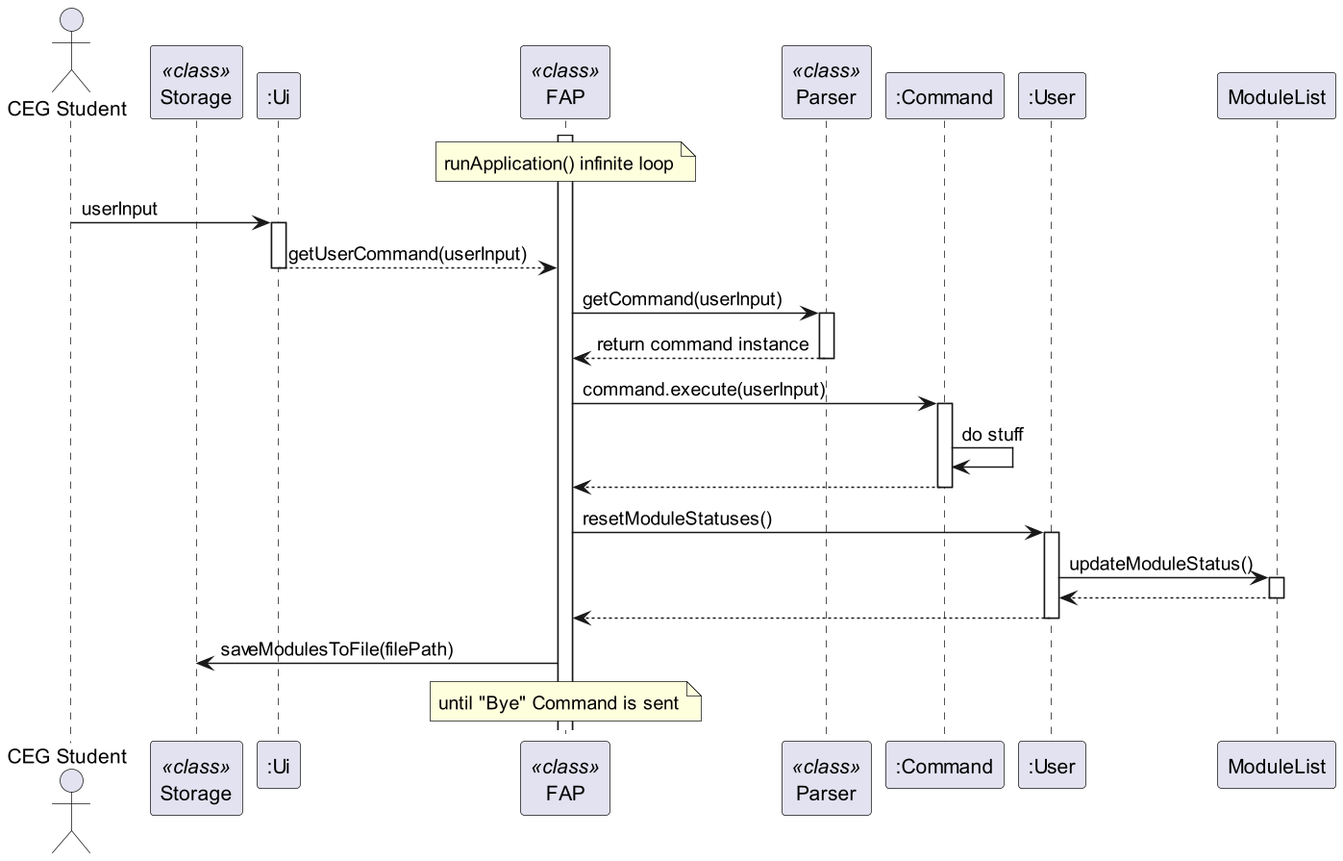
Above: docs/diagrams/ArchitectureSequenceDiagram.png in fungg0/tp (PlantUML), before the change. Its source is kept beside it as docs/diagrams/ArchitectureSequenceDiagram.puml. Source of this version:
```plantuml
@startuml

actor Student as "CEG Student"

participant Storage as Storage <<class>>
participant Ui as ":Ui"
participant FAP as FAP <<class>>
participant Parser as Parser <<class>>
participant Command as ":Command"
participant User as ":User"
participant ModuleList as ":ModuleList"

activate FAP
note over FAP: runApplication() infinite loop

Student -> Ui: userInput
activate Ui
Ui --> FAP: return valid userInput
deactivate Ui

FAP -> Parser: getCommand(userInput)
activate Parser
Parser --> FAP: return command instance
deactivate Parser

FAP -> Command: execute(userInput)
activate Command
Command -> Command: do stuff
Command --> FAP
deactivate Command

FAP -> User: resetModuleStatus()
activate User
User -> ModuleList: updateModuleStatus()
activate ModuleList
ModuleList --> User
deactivate ModuleList
User --> FAP
deactivate User

FAP -> Storage: saveModulesToFile(filePath)

note over FAP: until "Bye" command is sent

@enduml
```
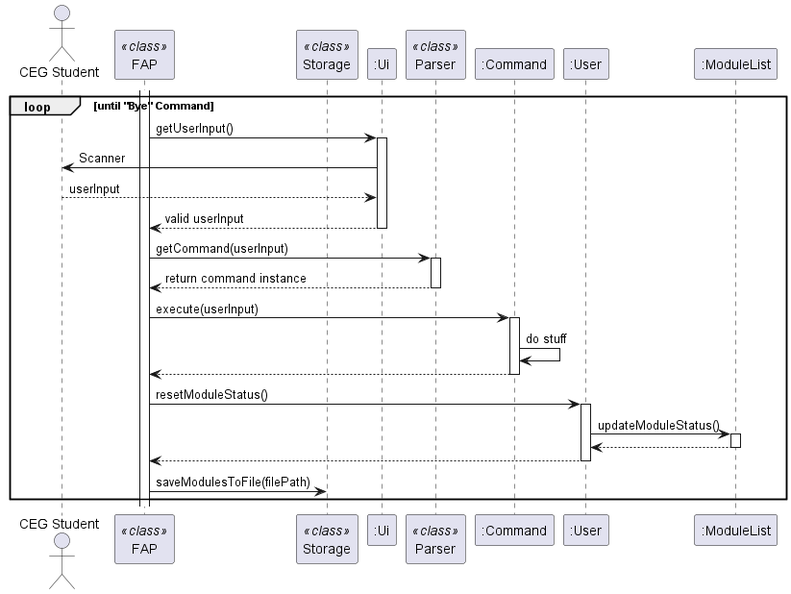
After the change.

Diff of the diagram source:
```diff
@@ -2,20 +2,25 @@
 
 actor Student as "CEG Student"
 
+participant FAP as FAP <<class>>
 participant Storage as Storage <<class>>
 participant Ui as ":Ui"
-participant FAP as FAP <<class>>
 participant Parser as Parser <<class>>
 participant Command as ":Command"
 participant User as ":User"
 participant ModuleList as ":ModuleList"
 
 activate FAP
-note over FAP: runApplication() infinite loop
 
-Student -> Ui: userInput
+loop until "Bye" Command
+
+FAP -> Ui: getUserInput()
 activate Ui
-Ui --> FAP: return valid userInput
+
+Ui -> Student: Scanner
+Student --> Ui: userInput
+Ui --> FAP: valid userInput
+
 deactivate Ui
 
 FAP -> Parser: getCommand(userInput)
@@ -39,7 +44,6 @@
 deactivate User
 
 FAP -> Storage: saveModulesToFile(filePath)
-
-note over FAP: until "Bye" command is sent
+end loop
 
 @enduml
```
